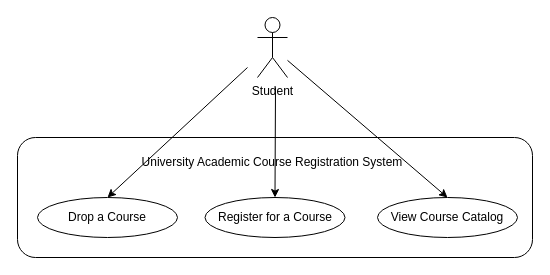
The draw.io diagram lab/drawio/wei2030/exer1.drawio in drshahizan/software-engineering, before the edit. Source tidied: cells renumbered, new cells numbered last; positions are measured from the earlier drawing's top-left corner, leaving out a move shared by most shapes. Both pictures are drawn from the tidied source at 100%, with x=0, y=0 at pixel (17, 17).
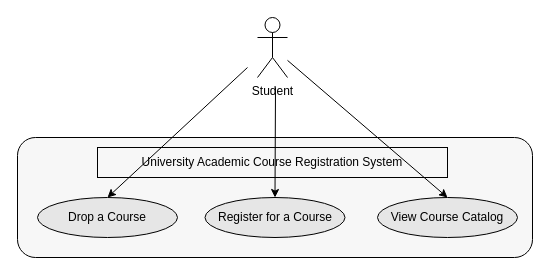
The same page after the edit.

The edit, as a diff of the source:
```diff
@@
-<mxGraphModel>
+<mxGraphModel background="#ffffff">
   <root>
     <mxCell id="0" />
     <mxCell id="1" parent="0" />
-    <mxCell id="2" value="Student" style="shape=umlActor;verticalLabelPosition=bottom;verticalAlign=top;html=1;outlineConnect=0;" parent="1" vertex="1">
+    <mxCell id="2" value="Student" style="shape=umlActor;verticalLabelPosition=bottom;verticalAlign=top;html=1;outlineConnect=0;strokeColor=#000000;fontColor=#000000;" parent="1" vertex="1">
       <mxGeometry x="240" width="30" height="60" as="geometry" />
     </mxCell>
-    <mxCell id="3" style="rounded=1;whiteSpace=wrap;html=1;" parent="1" vertex="1">
+    <mxCell id="3" style="rounded=1;whiteSpace=wrap;html=1;strokeColor=#000000;fillColor=#F7F7F7;fontColor=#000000;" parent="1" vertex="1">
       <mxGeometry y="120" width="515" height="120" as="geometry" />
     </mxCell>
-    <mxCell id="4" value="University Academic Course Registration System&lt;br&gt;" style="text;html=1;strokeColor=none;fillColor=none;align=center;verticalAlign=middle;whiteSpace=wrap;rounded=0;" parent="1" vertex="1">
+    <mxCell id="4" value="University Academic Course Registration System&lt;br&gt;" style="text;html=1;strokeColor=#000000;fillColor=none;align=center;verticalAlign=middle;whiteSpace=wrap;rounded=0;fontColor=#000000;" parent="1" vertex="1">
       <mxGeometry x="80" y="130" width="350" height="30" as="geometry" />
     </mxCell>
-    <mxCell id="5" value="Drop a Course" style="ellipse;whiteSpace=wrap;html=1;" parent="1" vertex="1">
+    <mxCell id="5" value="Drop a Course" style="ellipse;whiteSpace=wrap;html=1;strokeColor=#000000;fontColor=#000000;fillColor=#E6E6E6;" parent="1" vertex="1">
       <mxGeometry x="20" y="180" width="140" height="40" as="geometry" />
     </mxCell>
-    <mxCell id="6" value="Register for a Course" style="ellipse;whiteSpace=wrap;html=1;" parent="1" vertex="1">
+    <mxCell id="6" value="Register for a Course" style="ellipse;whiteSpace=wrap;html=1;strokeColor=#000000;fontColor=#000000;fillColor=#E6E6E6;" parent="1" vertex="1">
       <mxGeometry x="187.5" y="180" width="140" height="40" as="geometry" />
     </mxCell>
-    <mxCell id="7" value="View Course Catalog" style="ellipse;whiteSpace=wrap;html=1;" parent="1" vertex="1">
+    <mxCell id="7" value="View Course Catalog" style="ellipse;whiteSpace=wrap;html=1;strokeColor=#000000;fontColor=#000000;fillColor=#E6E6E6;" parent="1" vertex="1">
       <mxGeometry x="360" y="180" width="140" height="40" as="geometry" />
     </mxCell>
-    <mxCell id="8" style="edgeStyle=none;html=1;entryX=0.5;entryY=0;entryDx=0;entryDy=0;" parent="1" edge="1" source="2" target="7">
+    <mxCell id="8" style="edgeStyle=none;html=1;entryX=0.5;entryY=0;entryDx=0;entryDy=0;strokeColor=#000000;" parent="1" edge="1" source="2" target="7">
       <mxGeometry relative="1" as="geometry" />
     </mxCell>
-    <mxCell id="9" style="edgeStyle=none;html=1;entryX=0.5;entryY=0;entryDx=0;entryDy=0;" parent="1" edge="1" target="5">
+    <mxCell id="9" style="edgeStyle=none;html=1;entryX=0.5;entryY=0;entryDx=0;entryDy=0;strokeColor=#000000;" parent="1" edge="1" target="5">
       <mxGeometry relative="1" as="geometry">
         <mxPoint x="230" y="50" as="sourcePoint" />
       </mxGeometry>
     </mxCell>
-    <mxCell id="10" style="edgeStyle=none;html=1;" parent="1" edge="1" target="6">
+    <mxCell id="10" style="edgeStyle=none;html=1;strokeColor=#000000;" parent="1" edge="1" target="6">
       <mxGeometry relative="1" as="geometry">
         <mxPoint x="258" y="70" as="sourcePoint" />
       </mxGeometry>
     </mxCell>
   </root>
 </mxGraphModel>
```
